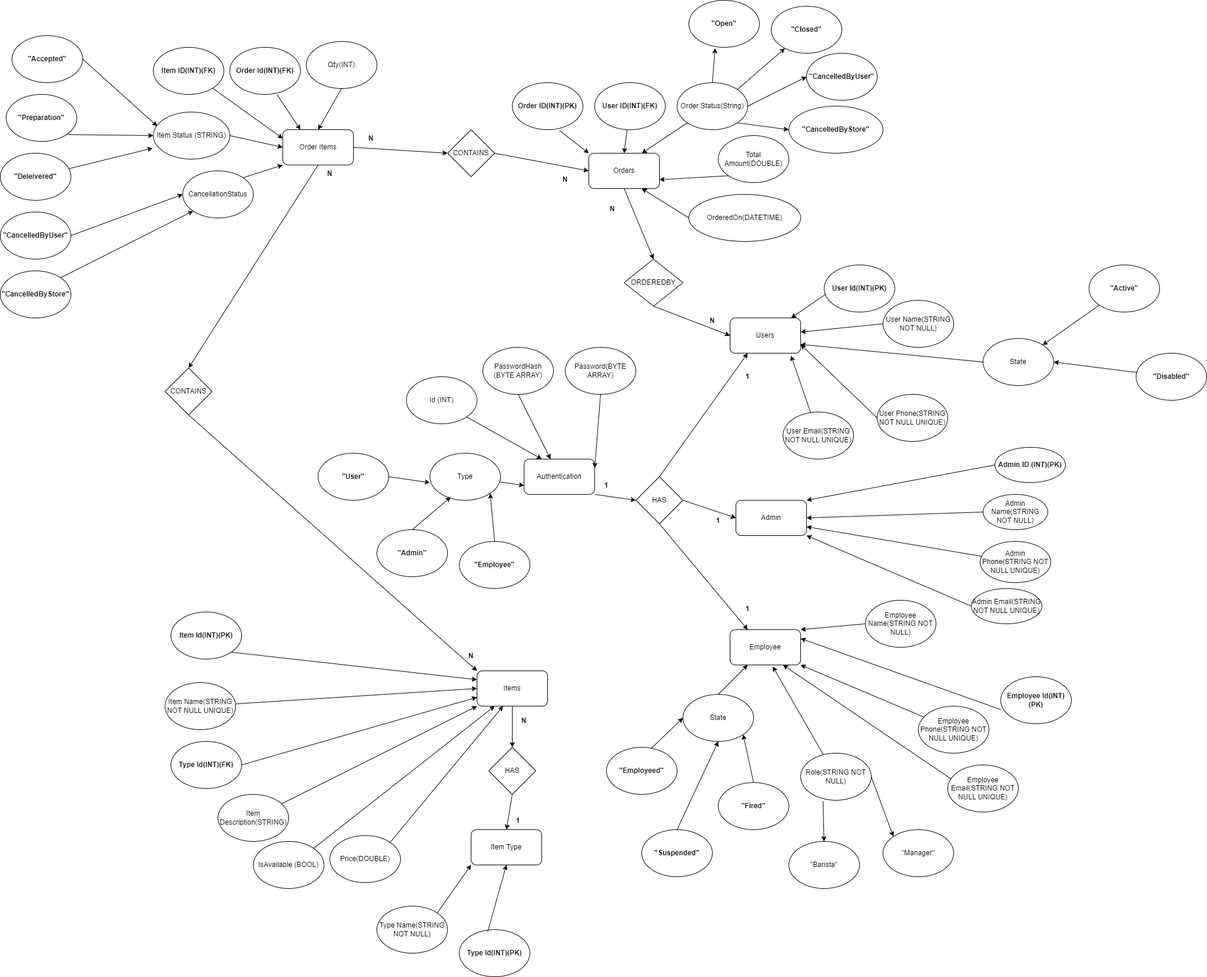
MSHRISH/CoffeeStoreManagementMiniProject keeps this draw.io diagram as Coffee Store ERD.png. Above is the earlier version. Source tidied: cells renumbered, new cells last; positions are measured from the earlier drawing's top-left corner, leaving out a move shared by most shapes.
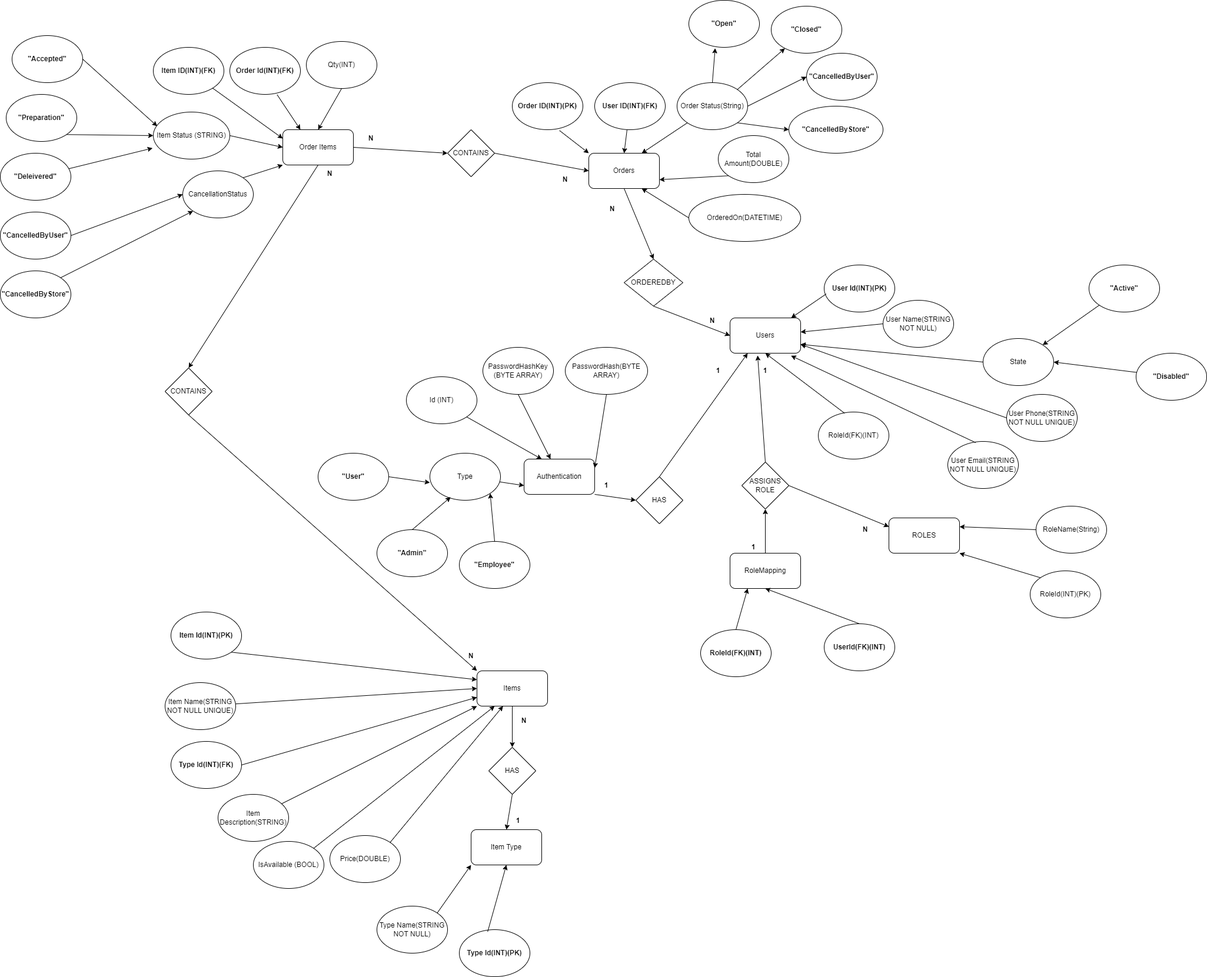
After the change.

What changed in the source:
```diff
@@ -2,21 +2,6 @@
   <root>
     <mxCell id="0" />
     <mxCell id="1" parent="0" />
-    <mxCell id="2" value="Admin" style="rounded=1;whiteSpace=wrap;html=1;" parent="1" vertex="1">
-      <mxGeometry x="1250" y="850" width="120" height="60" as="geometry" />
-    </mxCell>
-    <mxCell id="3" value="&lt;b&gt;Admin ID (INT)(PK)&lt;/b&gt;" style="ellipse;whiteSpace=wrap;html=1;" parent="1" vertex="1">
-      <mxGeometry x="1690" y="760" width="120" height="60" as="geometry" />
-    </mxCell>
-    <mxCell id="4" value="Admin Name(STRING NOT NULL)" style="ellipse;whiteSpace=wrap;html=1;" parent="1" vertex="1">
-      <mxGeometry x="1670" y="840" width="110" height="60" as="geometry" />
-    </mxCell>
-    <mxCell id="5" value="Admin Phone(STRING NOT NULL UNIQUE)" style="ellipse;whiteSpace=wrap;html=1;" parent="1" vertex="1">
-      <mxGeometry x="1665" y="920" width="120" height="70" as="geometry" />
-    </mxCell>
-    <mxCell id="6" value="Admin Email(STRING NOT NULL UNIQUE)" style="ellipse;whiteSpace=wrap;html=1;" parent="1" vertex="1">
-      <mxGeometry x="1650" y="1000" width="120" height="60" as="geometry" />
-    </mxCell>
     <mxCell id="7" value="Users" style="rounded=1;whiteSpace=wrap;html=1;" parent="1" vertex="1">
       <mxGeometry x="1240" y="540" width="120" height="60" as="geometry" />
     </mxCell>
@@ -27,10 +12,10 @@
       <mxGeometry x="1500" y="510" width="120" height="80" as="geometry" />
     </mxCell>
     <mxCell id="10" value="User Phone(STRING NOT NULL UNIQUE)" style="ellipse;whiteSpace=wrap;html=1;" parent="1" vertex="1">
-      <mxGeometry x="1490" y="670" width="120" height="80" as="geometry" />
+      <mxGeometry x="1710" y="670" width="120" height="80" as="geometry" />
     </mxCell>
     <mxCell id="11" value="User Email(STRING NOT NULL UNIQUE)" style="ellipse;whiteSpace=wrap;html=1;" parent="1" vertex="1">
-      <mxGeometry x="1330" y="700" width="120" height="80" as="geometry" />
+      <mxGeometry x="1610" y="750" width="120" height="80" as="geometry" />
     </mxCell>
     <mxCell id="12" style="endArrow=classic;html=1;rounded=0;exitX=0.029;exitY=0.615;exitDx=0;exitDy=0;exitPerimeter=0;" parent="1" edge="1" source="8" target="7">
       <mxGeometry relative="1" as="geometry" />
@@ -44,54 +29,9 @@
     <mxCell id="15" style="endArrow=classic;html=1;rounded=0;exitX=0.394;exitY=0.025;exitDx=0;exitDy=0;exitPerimeter=0;entryX=0.864;entryY=1.071;entryDx=0;entryDy=0;entryPerimeter=0;" parent="1" edge="1" source="11" target="7">
       <mxGeometry relative="1" as="geometry" />
     </mxCell>
-    <mxCell id="16" value="Employee" style="rounded=1;whiteSpace=wrap;html=1;" parent="1" vertex="1">
-      <mxGeometry x="1240" y="1070" width="120" height="60" as="geometry" />
-    </mxCell>
-    <mxCell id="17" value="&lt;b&gt;Employee Id(INT)(PK)&lt;/b&gt;" style="ellipse;whiteSpace=wrap;html=1;" parent="1" vertex="1">
-      <mxGeometry x="1700" y="1150" width="120" height="80" as="geometry" />
-    </mxCell>
-    <mxCell id="18" value="Employee Name(STRING NOT NULL)" style="ellipse;whiteSpace=wrap;html=1;" parent="1" vertex="1">
-      <mxGeometry x="1470" y="1020" width="120" height="80" as="geometry" />
-    </mxCell>
-    <mxCell id="19" value="Employee Phone(STRING NOT NULL UNIQUE)" style="ellipse;whiteSpace=wrap;html=1;" parent="1" vertex="1">
-      <mxGeometry x="1560" y="1200" width="120" height="80" as="geometry" />
-    </mxCell>
-    <mxCell id="20" value="Employee Email(STRING NOT NULL UNIQUE)" style="ellipse;whiteSpace=wrap;html=1;" parent="1" vertex="1">
-      <mxGeometry x="1610" y="1300" width="120" height="80" as="geometry" />
-    </mxCell>
-    <mxCell id="21" style="endArrow=classic;html=1;rounded=0;exitX=0.002;exitY=0.699;exitDx=0;exitDy=0;exitPerimeter=0;entryX=1;entryY=0.25;entryDx=0;entryDy=0;" parent="1" edge="1" source="17" target="16">
-      <mxGeometry relative="1" as="geometry" />
-    </mxCell>
-    <mxCell id="22" style="endArrow=classic;html=1;rounded=0;exitX=0;exitY=0.5;exitDx=0;exitDy=0;entryX=1;entryY=0;entryDx=0;entryDy=0;" parent="1" edge="1" source="18" target="16">
-      <mxGeometry relative="1" as="geometry" />
-    </mxCell>
-    <mxCell id="23" style="endArrow=classic;html=1;rounded=0;entryX=1;entryY=1;entryDx=0;entryDy=0;" parent="1" edge="1" source="19" target="16">
-      <mxGeometry relative="1" as="geometry" />
-    </mxCell>
-    <mxCell id="24" style="endArrow=classic;html=1;rounded=0;exitX=0.05;exitY=0.3;exitDx=0;exitDy=0;exitPerimeter=0;entryX=0.75;entryY=1;entryDx=0;entryDy=0;" parent="1" edge="1" source="20" target="16">
-      <mxGeometry relative="1" as="geometry" />
-    </mxCell>
     <mxCell id="25" value="Items" style="rounded=1;whiteSpace=wrap;html=1;" parent="1" vertex="1">
       <mxGeometry x="810" y="1140" width="120" height="60" as="geometry" />
     </mxCell>
-    <mxCell id="26" value="Role(STRING NOT NULL)" style="ellipse;whiteSpace=wrap;html=1;" parent="1" vertex="1">
-      <mxGeometry x="1360" y="1280" width="120" height="80" as="geometry" />
-    </mxCell>
-    <mxCell id="27" style="endArrow=classic;html=1;rounded=0;entryX=0.605;entryY=1.043;entryDx=0;entryDy=0;entryPerimeter=0;" parent="1" edge="1" source="26" target="16">
-      <mxGeometry relative="1" as="geometry" />
-    </mxCell>
-    <mxCell id="28" value="&quot;Manager&quot;" style="ellipse;whiteSpace=wrap;html=1;" parent="1" vertex="1">
-      <mxGeometry x="1500" y="1410" width="120" height="80" as="geometry" />
-    </mxCell>
-    <mxCell id="29" value="&quot;Barista&quot;" style="ellipse;whiteSpace=wrap;html=1;" parent="1" vertex="1">
-      <mxGeometry x="1340" y="1430" width="120" height="80" as="geometry" />
-    </mxCell>
-    <mxCell id="30" style="endArrow=classic;html=1;rounded=0;exitX=0.318;exitY=1.018;exitDx=0;exitDy=0;exitPerimeter=0;" parent="1" edge="1" source="26" target="29">
-      <mxGeometry relative="1" as="geometry" />
-    </mxCell>
-    <mxCell id="31" style="endArrow=classic;html=1;rounded=0;exitX=1;exitY=0.5;exitDx=0;exitDy=0;entryX=0;entryY=0;entryDx=0;entryDy=0;" parent="1" edge="1" source="26" target="28">
-      <mxGeometry relative="1" as="geometry" />
-    </mxCell>
     <mxCell id="32" value="&lt;b&gt;Item Id(INT)(PK)&lt;/b&gt;" style="ellipse;whiteSpace=wrap;html=1;" parent="1" vertex="1">
       <mxGeometry x="290" y="1040" width="120" height="80" as="geometry" />
     </mxCell>
@@ -269,28 +209,16 @@
     <mxCell id="90" style="endArrow=classic;html=1;rounded=0;exitX=0.5;exitY=1;exitDx=0;exitDy=0;entryX=0;entryY=0.5;entryDx=0;entryDy=0;" parent="1" edge="1" source="69" target="7">
       <mxGeometry relative="1" as="geometry" />
     </mxCell>
-    <mxCell id="91" style="endArrow=classic;html=1;rounded=0;exitX=0;exitY=0.5;exitDx=0;exitDy=0;entryX=1;entryY=0;entryDx=0;entryDy=0;" parent="1" edge="1" source="3" target="2">
-      <mxGeometry relative="1" as="geometry" />
-    </mxCell>
-    <mxCell id="92" style="endArrow=classic;html=1;rounded=0;exitX=0;exitY=0.5;exitDx=0;exitDy=0;entryX=1;entryY=0.5;entryDx=0;entryDy=0;" parent="1" edge="1" source="4" target="2">
-      <mxGeometry relative="1" as="geometry" />
-    </mxCell>
-    <mxCell id="93" style="endArrow=classic;html=1;rounded=0;entryX=1;entryY=0.75;entryDx=0;entryDy=0;" parent="1" edge="1" source="5" target="2">
-      <mxGeometry relative="1" as="geometry" />
-    </mxCell>
-    <mxCell id="94" style="endArrow=classic;html=1;rounded=0;exitX=0;exitY=0.5;exitDx=0;exitDy=0;entryX=1;entryY=1;entryDx=0;entryDy=0;" parent="1" edge="1" source="6" target="2">
-      <mxGeometry relative="1" as="geometry" />
-    </mxCell>
     <mxCell id="95" value="Authentication" style="rounded=1;whiteSpace=wrap;html=1;" parent="1" vertex="1">
       <mxGeometry x="890" y="780" width="120" height="60" as="geometry" />
     </mxCell>
     <mxCell id="96" value="Id (INT)" style="ellipse;whiteSpace=wrap;html=1;" parent="1" vertex="1">
       <mxGeometry x="690" y="640" width="120" height="80" as="geometry" />
     </mxCell>
-    <mxCell id="97" value="Password(BYTE ARRAY)" style="ellipse;whiteSpace=wrap;html=1;" parent="1" vertex="1">
-      <mxGeometry x="960" y="590" width="120" height="80" as="geometry" />
+    <mxCell id="97" value="PasswordHash(BYTE ARRAY)" style="ellipse;whiteSpace=wrap;html=1;" parent="1" vertex="1">
+      <mxGeometry x="960" y="590" width="140" height="80" as="geometry" />
     </mxCell>
-    <mxCell id="98" value="PasswordHash (BYTE ARRAY)" style="ellipse;whiteSpace=wrap;html=1;" parent="1" vertex="1">
+    <mxCell id="98" value="PasswordHashKey (BYTE ARRAY)" style="ellipse;whiteSpace=wrap;html=1;" parent="1" vertex="1">
       <mxGeometry x="820" y="590" width="120" height="80" as="geometry" />
     </mxCell>
     <mxCell id="99" value="Type" style="ellipse;whiteSpace=wrap;html=1;" parent="1" vertex="1">
@@ -337,24 +265,12 @@
     <mxCell id="112" style="endArrow=classic;html=1;rounded=0;exitX=0.5;exitY=0;exitDx=0;exitDy=0;entryX=0.25;entryY=1;entryDx=0;entryDy=0;" parent="1" edge="1" source="110" target="7">
       <mxGeometry relative="1" as="geometry" />
     </mxCell>
-    <mxCell id="113" style="endArrow=classic;html=1;rounded=0;exitX=1;exitY=0.5;exitDx=0;exitDy=0;entryX=0;entryY=0.5;entryDx=0;entryDy=0;" parent="1" edge="1" source="110" target="2">
-      <mxGeometry relative="1" as="geometry" />
-    </mxCell>
-    <mxCell id="114" style="endArrow=classic;html=1;rounded=0;exitX=0.5;exitY=1;exitDx=0;exitDy=0;entryX=0.25;entryY=0;entryDx=0;entryDy=0;" parent="1" edge="1" source="110" target="16">
-      <mxGeometry relative="1" as="geometry" />
-    </mxCell>
     <mxCell id="115" value="&lt;b&gt;1&lt;/b&gt;" style="text;html=1;align=center;verticalAlign=middle;whiteSpace=wrap;rounded=0;" parent="1" vertex="1">
       <mxGeometry x="1000" y="810" width="60" height="30" as="geometry" />
     </mxCell>
     <mxCell id="116" value="&lt;b&gt;1&lt;/b&gt;" style="text;html=1;align=center;verticalAlign=middle;whiteSpace=wrap;rounded=0;" parent="1" vertex="1">
-      <mxGeometry x="1240" y="625" width="60" height="30" as="geometry" />
+      <mxGeometry x="1190" y="615" width="60" height="30" as="geometry" />
     </mxCell>
-    <mxCell id="117" value="&lt;b&gt;1&lt;/b&gt;" style="text;html=1;align=center;verticalAlign=middle;whiteSpace=wrap;rounded=0;" parent="1" vertex="1">
-      <mxGeometry x="1190" y="870" width="60" height="30" as="geometry" />
-    </mxCell>
-    <mxCell id="118" value="&lt;b&gt;1&lt;/b&gt;" style="text;html=1;align=center;verticalAlign=middle;whiteSpace=wrap;rounded=0;" parent="1" vertex="1">
-      <mxGeometry x="1240" y="1020" width="60" height="30" as="geometry" />
-    </mxCell>
     <mxCell id="119" value="State" style="ellipse;whiteSpace=wrap;html=1;" parent="1" vertex="1">
       <mxGeometry x="1670" y="575" width="120" height="80" as="geometry" />
     </mxCell>
@@ -373,30 +289,6 @@
     <mxCell id="124" style="endArrow=classic;html=1;rounded=0;entryX=1;entryY=0.5;entryDx=0;entryDy=0;" parent="1" edge="1" source="121" target="119">
       <mxGeometry relative="1" as="geometry" />
     </mxCell>
-    <mxCell id="125" value="State" style="ellipse;whiteSpace=wrap;html=1;" parent="1" vertex="1">
-      <mxGeometry x="1160" y="1180" width="120" height="80" as="geometry" />
-    </mxCell>
-    <mxCell id="126" value="&lt;b&gt;&quot;Employeed&quot;&lt;/b&gt;" style="ellipse;whiteSpace=wrap;html=1;" parent="1" vertex="1">
-      <mxGeometry x="1030" y="1270" width="120" height="80" as="geometry" />
-    </mxCell>
-    <mxCell id="127" value="&lt;b&gt;&quot;Fired&quot;&lt;/b&gt;" style="ellipse;whiteSpace=wrap;html=1;" parent="1" vertex="1">
-      <mxGeometry x="1220" y="1330" width="120" height="80" as="geometry" />
-    </mxCell>
-    <mxCell id="128" value="&lt;b&gt;&quot;Suspended&quot;&lt;/b&gt;" style="ellipse;whiteSpace=wrap;html=1;" parent="1" vertex="1">
-      <mxGeometry x="1090" y="1410" width="120" height="80" as="geometry" />
-    </mxCell>
-    <mxCell id="129" style="endArrow=classic;html=1;rounded=0;exitX=0.628;exitY=0.033;exitDx=0;exitDy=0;exitPerimeter=0;entryX=0;entryY=0.5;entryDx=0;entryDy=0;" parent="1" edge="1" source="126" target="125">
-      <mxGeometry relative="1" as="geometry" />
-    </mxCell>
-    <mxCell id="130" style="endArrow=classic;html=1;rounded=0;exitX=0.5;exitY=0;exitDx=0;exitDy=0;entryX=0.5;entryY=1;entryDx=0;entryDy=0;" parent="1" edge="1" source="128" target="125">
-      <mxGeometry relative="1" as="geometry" />
-    </mxCell>
-    <mxCell id="131" style="endArrow=classic;html=1;rounded=0;exitX=0.5;exitY=0;exitDx=0;exitDy=0;entryX=1;entryY=1;entryDx=0;entryDy=0;" parent="1" edge="1" source="127" target="125">
-      <mxGeometry relative="1" as="geometry" />
-    </mxCell>
-    <mxCell id="132" style="endArrow=classic;html=1;rounded=0;exitX=0.5;exitY=0;exitDx=0;exitDy=0;entryX=0.25;entryY=1;entryDx=0;entryDy=0;" parent="1" edge="1" source="125" target="16">
-      <mxGeometry relative="1" as="geometry" />
-    </mxCell>
     <mxCell id="133" value="OrderedOn(DATETIME)" style="ellipse;whiteSpace=wrap;html=1;" parent="1" vertex="1">
       <mxGeometry x="1170" y="330" width="190" height="80" as="geometry" />
     </mxCell>
@@ -451,5 +343,62 @@
     <mxCell id="150" style="endArrow=classic;html=1;rounded=0;exitX=1;exitY=0;exitDx=0;exitDy=0;entryX=0;entryY=1;entryDx=0;entryDy=0;" parent="1" edge="1" source="149" target="72">
       <mxGeometry relative="1" as="geometry" />
     </mxCell>
+    <mxCell id="151" value="ROLES" style="rounded=1;whiteSpace=wrap;html=1;" parent="1" vertex="1">
+      <mxGeometry x="1510" y="880" width="120" height="60" as="geometry" />
+    </mxCell>
+    <mxCell id="152" value="RoleId(INT)(PK)" style="ellipse;whiteSpace=wrap;html=1;" parent="1" vertex="1">
+      <mxGeometry x="1750" y="970" width="120" height="80" as="geometry" />
+    </mxCell>
+    <mxCell id="153" value="RoleName(String)" style="ellipse;whiteSpace=wrap;html=1;" parent="1" vertex="1">
+      <mxGeometry x="1760" y="860" width="120" height="80" as="geometry" />
+    </mxCell>
+    <mxCell id="154" style="endArrow=classic;html=1;rounded=0;exitX=0;exitY=0;exitDx=0;exitDy=0;entryX=1;entryY=1;entryDx=0;entryDy=0;" parent="1" edge="1" source="152" target="151">
+      <mxGeometry relative="1" as="geometry" />
+    </mxCell>
+    <mxCell id="155" style="endArrow=classic;html=1;rounded=0;exitX=0;exitY=0.5;exitDx=0;exitDy=0;entryX=1;entryY=0.25;entryDx=0;entryDy=0;" parent="1" edge="1" source="153" target="151">
+      <mxGeometry relative="1" as="geometry" />
+    </mxCell>
+    <mxCell id="156" value="RoleId(FK)(INT)" style="ellipse;whiteSpace=wrap;html=1;" parent="1" vertex="1">
+      <mxGeometry x="1390" y="700" width="120" height="80" as="geometry" />
+    </mxCell>
+    <mxCell id="157" style="endArrow=classic;html=1;rounded=0;exitX=0.372;exitY=0.025;exitDx=0;exitDy=0;exitPerimeter=0;entryX=0.5;entryY=1;entryDx=0;entryDy=0;" parent="1" edge="1" source="156" target="7">
+      <mxGeometry relative="1" as="geometry" />
+    </mxCell>
+    <mxCell id="158" value="RoleMapping" style="rounded=1;whiteSpace=wrap;html=1;" parent="1" vertex="1">
+      <mxGeometry x="1240" y="940" width="120" height="60" as="geometry" />
+    </mxCell>
+    <mxCell id="159" value="&lt;b&gt;RoleId(FK)(INT)&lt;/b&gt;" style="ellipse;whiteSpace=wrap;html=1;" parent="1" vertex="1">
+      <mxGeometry x="1190" y="1070" width="120" height="80" as="geometry" />
+    </mxCell>
+    <mxCell id="160" value="&lt;b&gt;UserId(FK)(INT)&lt;/b&gt;" style="ellipse;whiteSpace=wrap;html=1;" parent="1" vertex="1">
+      <mxGeometry x="1400" y="1060" width="120" height="80" as="geometry" />
+    </mxCell>
+    <mxCell id="161" style="endArrow=classic;html=1;rounded=0;exitX=0.5;exitY=0;exitDx=0;exitDy=0;entryX=0.25;entryY=1;entryDx=0;entryDy=0;" parent="1" edge="1" source="159" target="158">
+      <mxGeometry relative="1" as="geometry" />
+    </mxCell>
+    <mxCell id="162" style="endArrow=classic;html=1;rounded=0;exitX=0.5;exitY=0;exitDx=0;exitDy=0;entryX=0.5;entryY=1;entryDx=0;entryDy=0;" parent="1" edge="1" source="160" target="158">
+      <mxGeometry relative="1" as="geometry" />
+    </mxCell>
+    <mxCell id="163" value="ASSIGNS ROLE" style="rhombus;whiteSpace=wrap;html=1;" parent="1" vertex="1">
+      <mxGeometry x="1260" y="785" width="80" height="80" as="geometry" />
+    </mxCell>
+    <mxCell id="164" style="endArrow=classic;html=1;rounded=0;exitX=0.5;exitY=0;exitDx=0;exitDy=0;entryX=0.5;entryY=1;entryDx=0;entryDy=0;" parent="1" edge="1" source="158" target="163">
+      <mxGeometry relative="1" as="geometry" />
+    </mxCell>
+    <mxCell id="165" style="endArrow=classic;html=1;rounded=0;exitX=1;exitY=0.5;exitDx=0;exitDy=0;entryX=0;entryY=0.25;entryDx=0;entryDy=0;" parent="1" edge="1" source="163" target="151">
+      <mxGeometry relative="1" as="geometry" />
+    </mxCell>
+    <mxCell id="166" style="endArrow=classic;html=1;rounded=0;exitX=0.5;exitY=0;exitDx=0;exitDy=0;entryX=0.391;entryY=1.063;entryDx=0;entryDy=0;entryPerimeter=0;" parent="1" edge="1" source="163" target="7">
+      <mxGeometry relative="1" as="geometry" />
+    </mxCell>
+    <mxCell id="167" value="&lt;b&gt;1&lt;/b&gt;" style="text;html=1;align=center;verticalAlign=middle;whiteSpace=wrap;rounded=0;" parent="1" vertex="1">
+      <mxGeometry x="1270" y="615" width="60" height="30" as="geometry" />
+    </mxCell>
+    <mxCell id="168" value="&lt;b&gt;N&lt;/b&gt;" style="text;html=1;align=center;verticalAlign=middle;whiteSpace=wrap;rounded=0;" parent="1" vertex="1">
+      <mxGeometry x="1440" y="885" width="60" height="30" as="geometry" />
+    </mxCell>
+    <mxCell id="169" value="&lt;b&gt;1&lt;/b&gt;" style="text;html=1;align=center;verticalAlign=middle;whiteSpace=wrap;rounded=0;" parent="1" vertex="1">
+      <mxGeometry x="1250" y="915" width="60" height="30" as="geometry" />
+    </mxCell>
   </root>
 </mxGraphModel>
```
